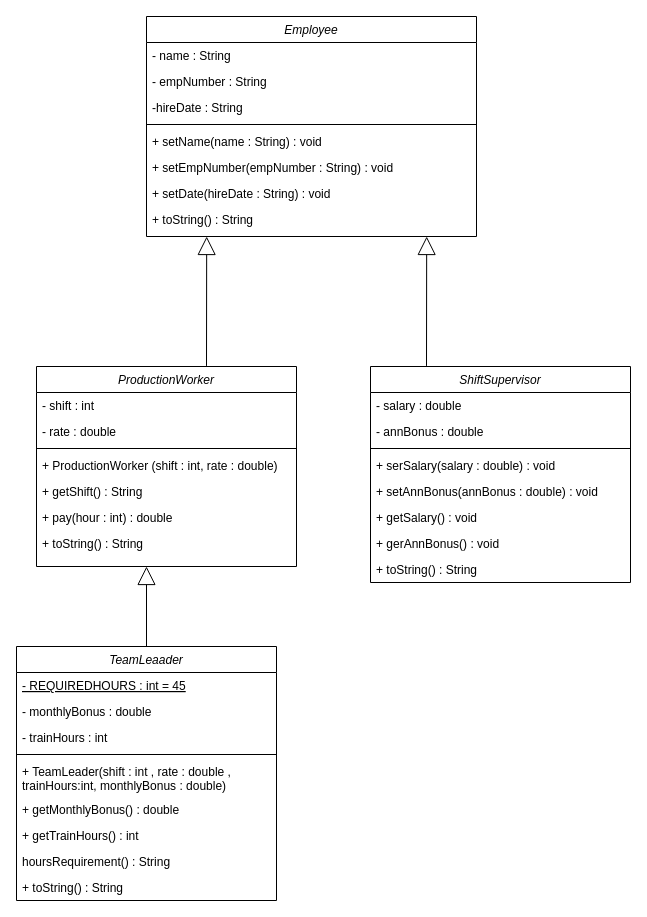
This is Asm 23_11.drawio from yunee01/W6, a draw.io file, before an edit. Source tidied: cells renumbered, new cells numbered last; positions are measured from the earlier drawing's top-left corner, leaving out a move shared by most shapes. Both pictures are drawn from the tidied source at 100%, with x=0, y=0 at pixel (16, 16).
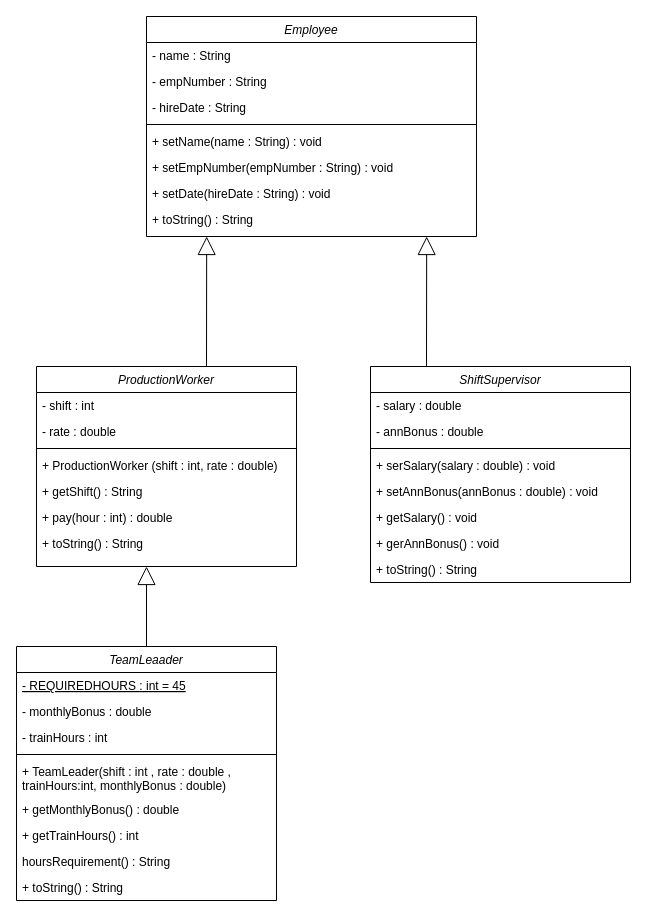
After the change.

Unchanged cells that the change refers to:
```xml
<mxCell id="2" value="Employee" style="swimlane;fontStyle=2;align=center;verticalAlign=top;horizontal=1;startSize=26;rounded=0;shadow=0;strokeWidth=1;" parent="1" vertex="1">
  <mxGeometry x="130" width="330" height="220" as="geometry" />
</mxCell>
```

Change to the diagram source:
```diff
@@
-    <mxCell id="5" value="-hireDate : String" style="text;align=left;verticalAlign=top;spacingLeft=4;spacingRight=4;overflow=hidden;rounded=0;shadow=0;html=0;" parent="2" vertex="1">
+    <mxCell id="5" value="- hireDate : String" style="text;align=left;verticalAlign=top;spacingLeft=4;spacingRight=4;overflow=hidden;rounded=0;shadow=0;html=0;" parent="2" vertex="1">
       <mxGeometry y="78" width="330" height="26" as="geometry" />
     </mxCell>
```
